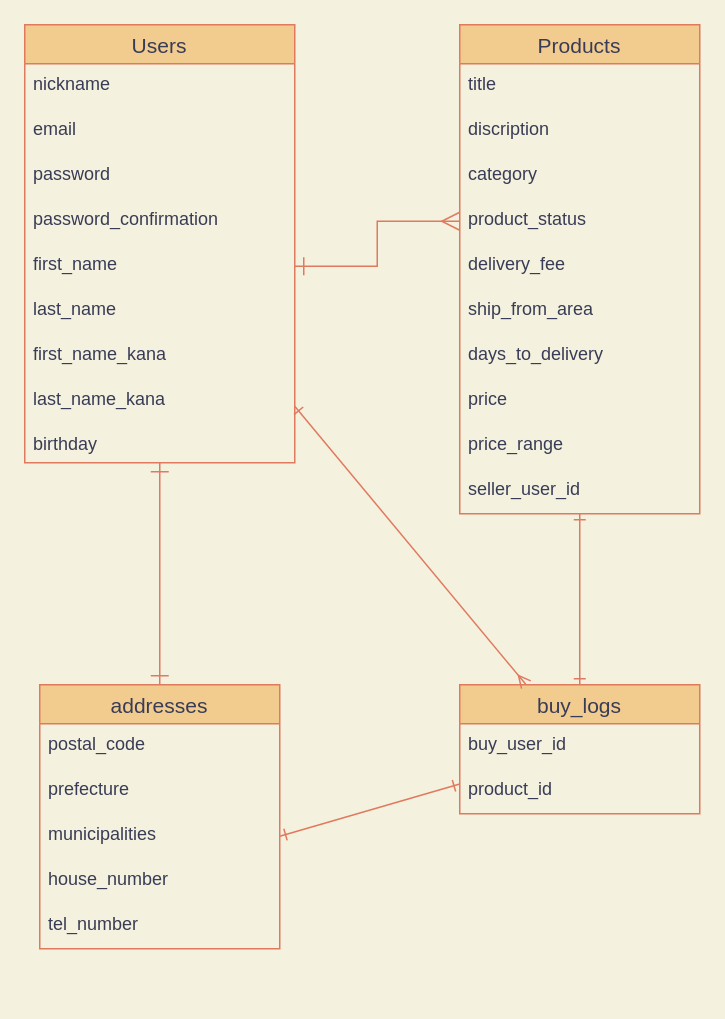
Before: furima.dio in shisoshiso/furima-30312, a draw.io diagram. Source tidied: cells renumbered, new cells numbered last; positions are measured from the earlier drawing's top-left corner, leaving out a move shared by most shapes. Both pictures are drawn from the tidied source at 150%, with x=0, y=0 at pixel (24, 24).
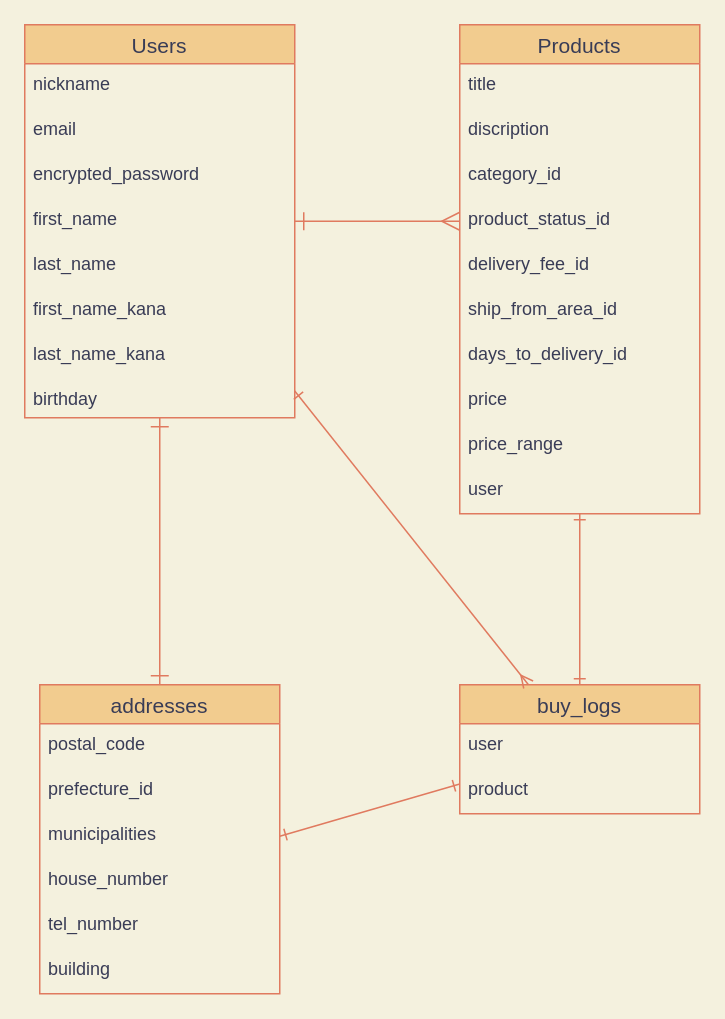
Above is the later version.

The change refers to these unchanged cells:
```xml
<mxCell id="18" value="Products" style="swimlane;fontStyle=0;horizontal=1;startSize=26;align=center;fontSize=14;fillColor=#F2CC8F;strokeColor=#E07A5F;fontColor=#393C56;" parent="1" vertex="1">
  <mxGeometry x="290" width="160" height="326" as="geometry" />
</mxCell>
<mxCell id="29" value="buy_logs" style="swimlane;fontStyle=0;horizontal=1;startSize=26;align=center;fontSize=14;fillColor=#F2CC8F;strokeColor=#E07A5F;fontColor=#393C56;" parent="1" vertex="1">
  <mxGeometry x="290" y="440" width="160" height="86" as="geometry" />
</mxCell>
```

Change to the diagram source:
```diff
@@
     <mxCell id="2" value="Users" style="swimlane;fontStyle=0;horizontal=1;startSize=26;align=center;fontSize=14;fillColor=#F2CC8F;strokeColor=#E07A5F;fontColor=#393C56;" parent="1" vertex="1">
-      <mxGeometry width="180" height="292" as="geometry" />
+      <mxGeometry width="180" height="262" as="geometry" />
     </mxCell>
@@
-    <mxCell id="5" value="password" style="text;strokeColor=none;fillColor=none;spacingLeft=4;spacingRight=4;overflow=hidden;fontSize=12;fontColor=#393C56;" parent="2" vertex="1">
+    <mxCell id="5" value="encrypted_password" style="text;strokeColor=none;fillColor=none;spacingLeft=4;spacingRight=4;overflow=hidden;fontSize=12;fontColor=#393C56;" parent="2" vertex="1">
       <mxGeometry y="86" width="180" height="30" as="geometry" />
     </mxCell>
-    <mxCell id="6" value="password_confirmation" style="text;strokeColor=none;fillColor=none;spacingLeft=4;spacingRight=4;overflow=hidden;fontSize=12;fontColor=#393C56;" parent="2" vertex="1">
-      <mxGeometry y="116" width="180" height="30" as="geometry" />
-    </mxCell>
     <mxCell id="7" value="first_name" style="text;strokeColor=none;fillColor=none;spacingLeft=4;spacingRight=4;overflow=hidden;points=[[0,0.5],[1,0.5]];portConstraint=eastwest;fontSize=12;fontColor=#393C56;" parent="2" vertex="1">
-      <mxGeometry y="146" width="180" height="30" as="geometry" />
+      <mxGeometry y="116" width="180" height="30" as="geometry" />
     </mxCell>
     <mxCell id="8" value="last_name" style="text;strokeColor=none;fillColor=none;spacingLeft=4;spacingRight=4;overflow=hidden;fontSize=12;fontColor=#393C56;" parent="2" vertex="1">
-      <mxGeometry y="176" width="180" height="30" as="geometry" />
+      <mxGeometry y="146" width="180" height="30" as="geometry" />
     </mxCell>
     <mxCell id="9" value="first_name_kana" style="text;strokeColor=none;fillColor=none;spacingLeft=4;spacingRight=4;overflow=hidden;fontSize=12;fontColor=#393C56;" parent="2" vertex="1">
-      <mxGeometry y="206" width="180" height="30" as="geometry" />
+      <mxGeometry y="176" width="180" height="30" as="geometry" />
     </mxCell>
     <mxCell id="10" value="last_name_kana" style="text;strokeColor=none;fillColor=none;spacingLeft=4;spacingRight=4;overflow=hidden;fontSize=12;fontColor=#393C56;" parent="2" vertex="1">
-      <mxGeometry y="236" width="180" height="30" as="geometry" />
+      <mxGeometry y="206" width="180" height="30" as="geometry" />
     </mxCell>
     <mxCell id="11" value="birthday" style="text;strokeColor=none;fillColor=none;spacingLeft=4;spacingRight=4;overflow=hidden;points=[[0,0.5],[1,0.5]];portConstraint=eastwest;fontSize=12;fontColor=#393C56;" parent="2" vertex="1">
-      <mxGeometry y="266" width="180" height="26" as="geometry" />
+      <mxGeometry y="236" width="180" height="26" as="geometry" />
     </mxCell>
     <mxCell id="12" value="addresses" style="swimlane;fontStyle=0;horizontal=1;startSize=26;align=center;fontSize=14;fillColor=#F2CC8F;strokeColor=#E07A5F;fontColor=#393C56;" parent="1" vertex="1">
-      <mxGeometry x="10" y="440" width="160" height="176" as="geometry" />
+      <mxGeometry x="10" y="440" width="160" height="206" as="geometry" />
     </mxCell>
@@
-    <mxCell id="14" value="prefecture" style="text;strokeColor=none;fillColor=none;spacingLeft=4;spacingRight=4;overflow=hidden;fontSize=12;fontColor=#393C56;" parent="12" vertex="1">
+    <mxCell id="14" value="prefecture_id" style="text;strokeColor=none;fillColor=none;spacingLeft=4;spacingRight=4;overflow=hidden;fontSize=12;fontColor=#393C56;" parent="12" vertex="1">
       <mxGeometry y="56" width="160" height="30" as="geometry" />
     </mxCell>
@@
+    <mxCell id="37" value="building" style="text;strokeColor=none;fillColor=none;spacingLeft=4;spacingRight=4;overflow=hidden;fontSize=12;fontColor=#393C56;" parent="12" vertex="1">
+      <mxGeometry y="176" width="160" height="30" as="geometry" />
+    </mxCell>
@@
-    <mxCell id="21" value="category" style="text;strokeColor=none;fillColor=none;spacingLeft=4;spacingRight=4;overflow=hidden;fontSize=12;fontColor=#393C56;" parent="18" vertex="1">
+    <mxCell id="21" value="category_id" style="text;strokeColor=none;fillColor=none;spacingLeft=4;spacingRight=4;overflow=hidden;fontSize=12;fontColor=#393C56;" parent="18" vertex="1">
       <mxGeometry y="86" width="160" height="30" as="geometry" />
     </mxCell>
-    <mxCell id="22" value="product_status" style="text;strokeColor=none;fillColor=none;spacingLeft=4;spacingRight=4;overflow=hidden;points=[[0,0.5],[1,0.5]];portConstraint=eastwest;fontSize=12;fontColor=#393C56;" parent="18" vertex="1">
+    <mxCell id="22" value="product_status_id" style="text;strokeColor=none;fillColor=none;spacingLeft=4;spacingRight=4;overflow=hidden;points=[[0,0.5],[1,0.5]];portConstraint=eastwest;fontSize=12;fontColor=#393C56;" parent="18" vertex="1">
       <mxGeometry y="116" width="160" height="30" as="geometry" />
     </mxCell>
-    <mxCell id="23" value="delivery_fee" style="text;strokeColor=none;fillColor=none;spacingLeft=4;spacingRight=4;overflow=hidden;fontSize=12;fontColor=#393C56;" parent="18" vertex="1">
+    <mxCell id="23" value="delivery_fee_id" style="text;strokeColor=none;fillColor=none;spacingLeft=4;spacingRight=4;overflow=hidden;fontSize=12;fontColor=#393C56;" parent="18" vertex="1">
       <mxGeometry y="146" width="160" height="30" as="geometry" />
     </mxCell>
-    <mxCell id="24" value="ship_from_area" style="text;strokeColor=none;fillColor=none;spacingLeft=4;spacingRight=4;overflow=hidden;fontSize=12;fontColor=#393C56;" parent="18" vertex="1">
+    <mxCell id="24" value="ship_from_area_id" style="text;strokeColor=none;fillColor=none;spacingLeft=4;spacingRight=4;overflow=hidden;fontSize=12;fontColor=#393C56;" parent="18" vertex="1">
       <mxGeometry y="176" width="160" height="30" as="geometry" />
     </mxCell>
-    <mxCell id="25" value="days_to_delivery" style="text;strokeColor=none;fillColor=none;spacingLeft=4;spacingRight=4;overflow=hidden;fontSize=12;fontColor=#393C56;" parent="18" vertex="1">
+    <mxCell id="25" value="days_to_delivery_id" style="text;strokeColor=none;fillColor=none;spacingLeft=4;spacingRight=4;overflow=hidden;fontSize=12;fontColor=#393C56;" parent="18" vertex="1">
       <mxGeometry y="206" width="160" height="30" as="geometry" />
     </mxCell>
@@
-    <mxCell id="28" value="seller_user_id" style="text;strokeColor=none;fillColor=none;spacingLeft=4;spacingRight=4;overflow=hidden;fontSize=12;fontColor=#393C56;" parent="18" vertex="1">
+    <mxCell id="28" value="user" style="text;strokeColor=none;fillColor=none;spacingLeft=4;spacingRight=4;overflow=hidden;fontSize=12;fontColor=#393C56;" parent="18" vertex="1">
       <mxGeometry y="296" width="160" height="30" as="geometry" />
     </mxCell>
@@
-    <mxCell id="30" value="buy_user_id" style="text;strokeColor=none;fillColor=none;spacingLeft=4;spacingRight=4;overflow=hidden;fontSize=12;fontColor=#393C56;" parent="29" vertex="1">
+    <mxCell id="30" value="user" style="text;strokeColor=none;fillColor=none;spacingLeft=4;spacingRight=4;overflow=hidden;fontSize=12;fontColor=#393C56;" parent="29" vertex="1">
       <mxGeometry y="26" width="160" height="30" as="geometry" />
     </mxCell>
-    <mxCell id="31" value="product_id" style="text;strokeColor=none;fillColor=none;spacingLeft=4;spacingRight=4;overflow=hidden;fontSize=12;fontColor=#393C56;" parent="29" vertex="1">
+    <mxCell id="31" value="product" style="text;strokeColor=none;fillColor=none;spacingLeft=4;spacingRight=4;overflow=hidden;fontSize=12;fontColor=#393C56;" parent="29" vertex="1">
       <mxGeometry y="56" width="160" height="30" as="geometry" />
     </mxCell>
```
